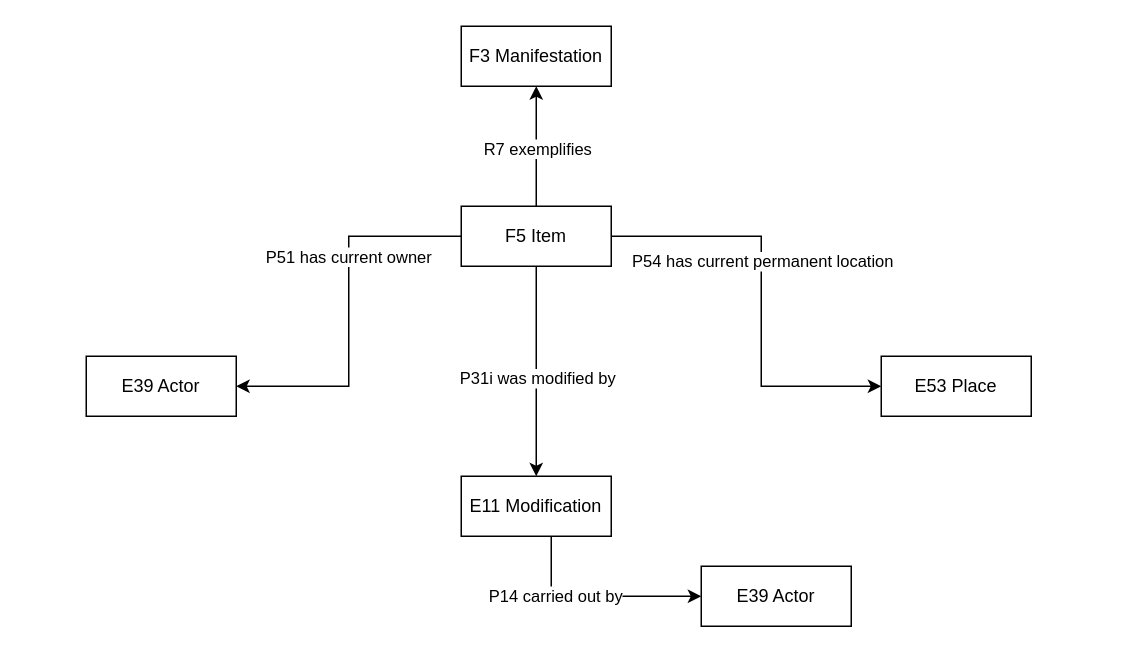
Earlier version of the draw.io diagram domain ontology library provenance.drawio (flxfschr/library-provenance-research). Source tidied: cells renumbered, new cells numbered last; positions are measured from the earlier drawing's top-left corner, leaving out a move shared by most shapes. Both pictures are drawn from the tidied source at 150%, with x=0, y=0 at pixel (86, 26).
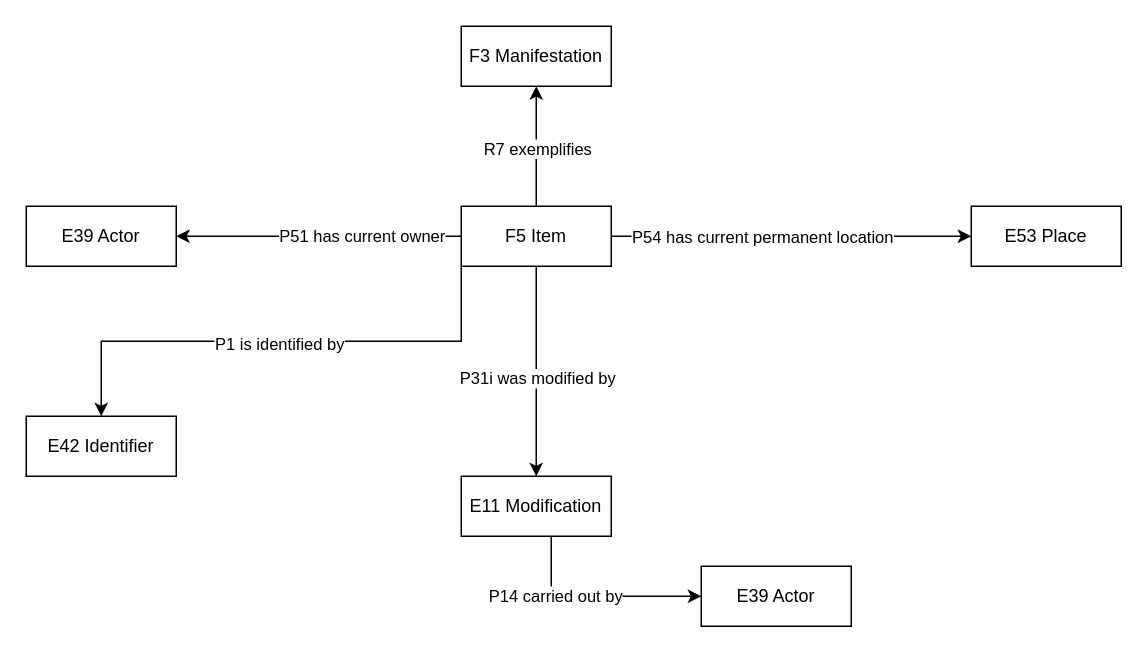
After the change.

Unchanged cells that the change refers to:
```xml
<mxCell id="10" value="F5 Item" style="whiteSpace=wrap;html=1;align=center;" parent="1" vertex="1">
  <mxGeometry x="250" y="120" width="100" height="40" as="geometry" />
</mxCell>
```

The edit, as a diff of the source:
```diff
@@
     <mxCell id="4" style="edgeStyle=orthogonalEdgeStyle;rounded=0;jettySize=auto;html=1;entryX=0;entryY=0.5;entryDx=0;entryDy=0;" parent="1" edge="1" source="10" target="12">
       <mxGeometry relative="1" as="geometry">
         <Array as="points">
-          <mxPoint x="450" y="140" />
-          <mxPoint x="450" y="240" />
+          <mxPoint x="580" y="140" />
         </Array>
       </mxGeometry>
     </mxCell>
@@
+    <mxCell id="18" style="edgeStyle=orthogonalEdgeStyle;rounded=0;jettySize=auto;html=1;exitX=0;exitY=1;exitDx=0;exitDy=0;entryX=0.5;entryY=0;entryDx=0;entryDy=0;" parent="1" edge="1" source="10" target="20">
+      <mxGeometry relative="1" as="geometry" />
+    </mxCell>
+    <mxCell id="19" value="P1 is identified by" style="edgeLabel;html=1;align=center;verticalAlign=middle;" parent="18" vertex="1">
+      <mxGeometry x="0.01" y="1" relative="1" as="geometry" />
+    </mxCell>
@@
     <mxCell id="12" value="E53 Place" style="whiteSpace=wrap;html=1;align=center;" parent="1" vertex="1">
-      <mxGeometry x="530" y="220" width="100" height="40" as="geometry" />
+      <mxGeometry x="590" y="120" width="100" height="40" as="geometry" />
     </mxCell>
     <mxCell id="13" value="E39 Actor" style="whiteSpace=wrap;html=1;align=center;" parent="1" vertex="1">
-      <mxGeometry y="220" width="100" height="40" as="geometry" />
+      <mxGeometry x="-40" y="120" width="100" height="40" as="geometry" />
     </mxCell>
@@
+    <mxCell id="20" value="E42 Identifier" style="whiteSpace=wrap;html=1;align=center;" parent="1" vertex="1">
+      <mxGeometry x="-40" y="260" width="100" height="40" as="geometry" />
+    </mxCell>
```
